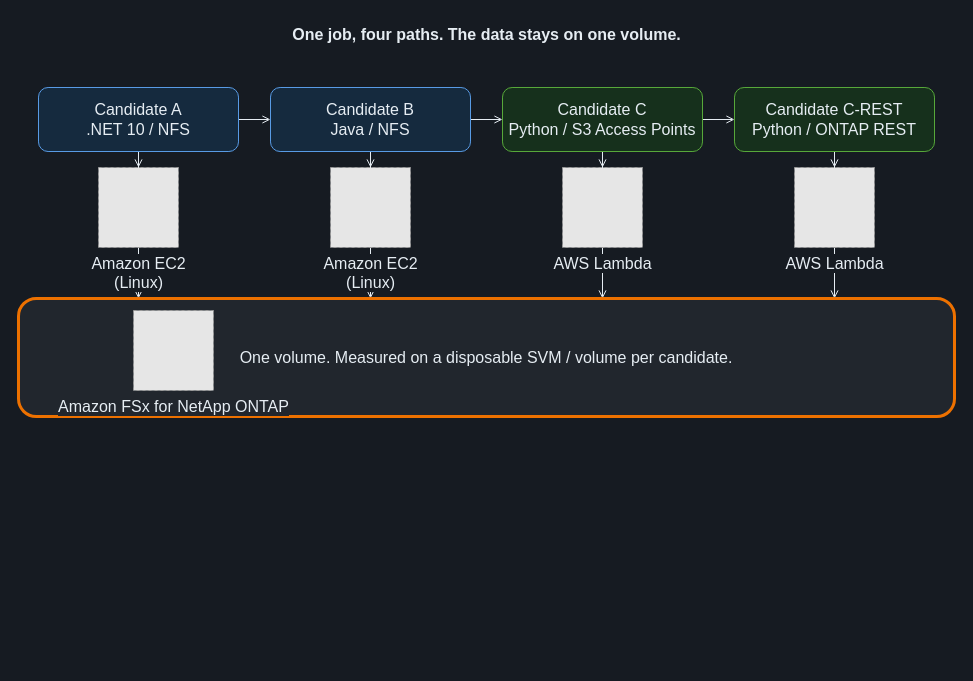
Earlier version of the draw.io diagram docs/_assets/diagrams/cover-appmod-runtime-en-dark.drawio (Yoshiki0705/FSx-for-ONTAP-App-Modernization-Patterns). Source tidied: cells renumbered, new cells numbered last; positions are measured from the earlier drawing's top-left corner, leaving out a move shared by most shapes. Both pictures are drawn from the tidied source at 100%, with x=0, y=0 at pixel (18, 17). Pictures stored in the file or linked from it are replaced by grey dashed boxes.
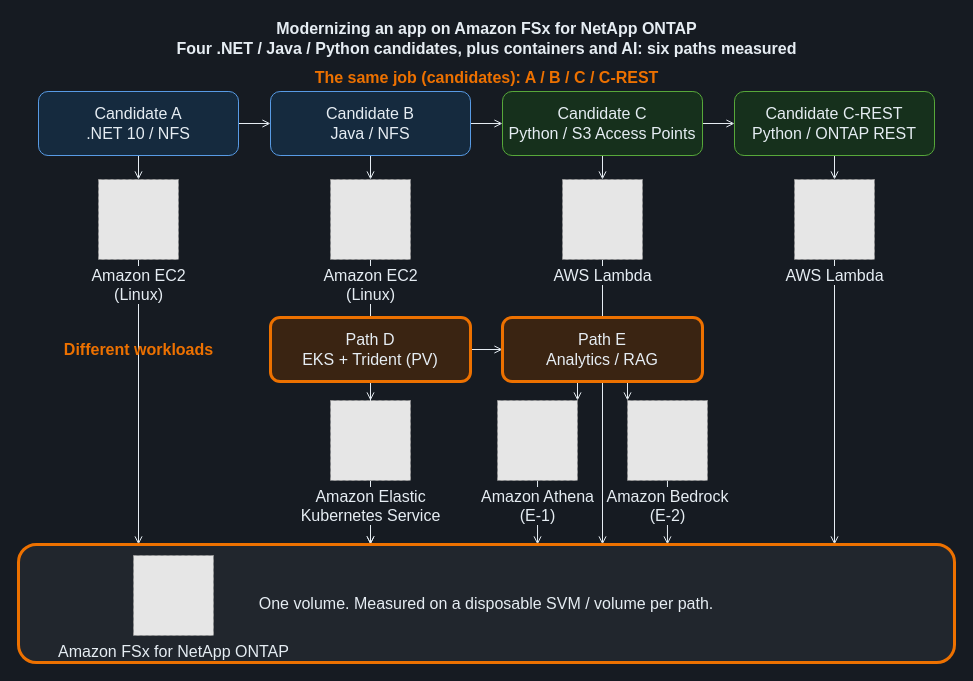
After the change.

What changed in the source:
```diff
@@
-    <mxCell id="2" value="One job, four paths. The data stays on one volume." style="text;html=1;align=center;verticalAlign=middle;fontSize=16;fontStyle=1;fontColor=#E6EDF3;" parent="1" vertex="1">
-      <mxGeometry width="936" height="34" as="geometry" />
+    <mxCell id="2" value="Modernizing an app on Amazon FSx for NetApp ONTAP&lt;br&gt;Four .NET / Java / Python candidates, plus containers and AI: six paths measured" style="text;html=1;align=center;verticalAlign=middle;fontSize=16;fontStyle=1;fontColor=#E6EDF3;" parent="1" vertex="1">
+      <mxGeometry y="4" width="936" height="34" as="geometry" />
     </mxCell>
@@
-    <mxCell id="10" style="edgeStyle=orthogonalEdgeStyle;rounded=0;jettySize=auto;html=1;endArrow=open;endFill=0;strokeColor=#E6EDF3;strokeWidth=1;fontSize=16;fontColor=#E6EDF3;labelBackgroundColor=#161B22;entryX=0.1282051282051282;entryY=0.0;entryDx=0;entryDy=0;" parent="1" edge="1" source="18" target="22">
+    <mxCell id="10" style="edgeStyle=orthogonalEdgeStyle;rounded=0;jettySize=auto;html=1;endArrow=open;endFill=0;strokeColor=#E6EDF3;strokeWidth=1;fontSize=16;fontColor=#E6EDF3;labelBackgroundColor=#161B22;" parent="1" edge="1" source="33" target="34">
       <mxGeometry relative="1" as="geometry" />
     </mxCell>
-    <mxCell id="11" style="edgeStyle=orthogonalEdgeStyle;rounded=0;jettySize=auto;html=1;endArrow=open;endFill=0;strokeColor=#E6EDF3;strokeWidth=1;fontSize=16;fontColor=#E6EDF3;labelBackgroundColor=#161B22;entryX=0.37606837606837606;entryY=0.0;entryDx=0;entryDy=0;" parent="1" edge="1" source="19" target="22">
+    <mxCell id="11" style="edgeStyle=orthogonalEdgeStyle;rounded=0;jettySize=auto;html=1;endArrow=open;endFill=0;strokeColor=#E6EDF3;strokeWidth=1;fontSize=16;fontColor=#E6EDF3;labelBackgroundColor=#161B22;" parent="1" edge="1" source="33" target="35">
       <mxGeometry relative="1" as="geometry" />
     </mxCell>
-    <mxCell id="12" style="edgeStyle=orthogonalEdgeStyle;rounded=0;jettySize=auto;html=1;endArrow=open;endFill=0;strokeColor=#E6EDF3;strokeWidth=1;fontSize=16;fontColor=#E6EDF3;labelBackgroundColor=#161B22;entryX=0.6239316239316239;entryY=0.0;entryDx=0;entryDy=0;" parent="1" edge="1" source="20" target="22">
+    <mxCell id="12" style="edgeStyle=orthogonalEdgeStyle;rounded=0;jettySize=auto;html=1;endArrow=open;endFill=0;strokeColor=#E6EDF3;strokeWidth=1;fontSize=16;fontColor=#E6EDF3;labelBackgroundColor=#161B22;exitX=0.4;exitY=1.0;exitDx=0;exitDy=0;entryX=1.0;entryY=0.0;entryDx=0;entryDy=0;" parent="1" edge="1" source="34" target="36">
       <mxGeometry relative="1" as="geometry" />
     </mxCell>
-    <mxCell id="13" style="edgeStyle=orthogonalEdgeStyle;rounded=0;jettySize=auto;html=1;endArrow=open;endFill=0;strokeColor=#E6EDF3;strokeWidth=1;fontSize=16;fontColor=#E6EDF3;labelBackgroundColor=#161B22;entryX=0.8717948717948718;entryY=0.0;entryDx=0;entryDy=0;" parent="1" edge="1" source="21" target="22">
+    <mxCell id="13" style="edgeStyle=orthogonalEdgeStyle;rounded=0;jettySize=auto;html=1;endArrow=open;endFill=0;strokeColor=#E6EDF3;strokeWidth=1;fontSize=16;fontColor=#E6EDF3;labelBackgroundColor=#161B22;exitX=0.6;exitY=1.0;exitDx=0;exitDy=0;entryX=0.0;entryY=0.0;entryDx=0;entryDy=0;" parent="1" edge="1" source="34" target="37">
       <mxGeometry relative="1" as="geometry" />
     </mxCell>
+    <mxCell id="24" style="edgeStyle=orthogonalEdgeStyle;rounded=0;jettySize=auto;html=1;endArrow=open;endFill=0;strokeColor=#E6EDF3;strokeWidth=1;fontSize=16;fontColor=#E6EDF3;labelBackgroundColor=#161B22;entryX=0.1282051282051282;entryY=0.0;entryDx=0;entryDy=0;" parent="1" edge="1" source="18" target="22">
+      <mxGeometry relative="1" as="geometry" />
+    </mxCell>
+    <mxCell id="25" style="edgeStyle=orthogonalEdgeStyle;rounded=0;jettySize=auto;html=1;endArrow=open;endFill=0;strokeColor=#E6EDF3;strokeWidth=1;fontSize=16;fontColor=#E6EDF3;labelBackgroundColor=#161B22;entryX=0.37606837606837606;entryY=0.0;entryDx=0;entryDy=0;" parent="1" edge="1" source="19" target="22">
+      <mxGeometry relative="1" as="geometry" />
+    </mxCell>
+    <mxCell id="26" style="edgeStyle=orthogonalEdgeStyle;rounded=0;jettySize=auto;html=1;endArrow=open;endFill=0;strokeColor=#E6EDF3;strokeWidth=1;fontSize=16;fontColor=#E6EDF3;labelBackgroundColor=#161B22;entryX=0.6239316239316239;entryY=0.0;entryDx=0;entryDy=0;" parent="1" edge="1" source="20" target="22">
+      <mxGeometry relative="1" as="geometry" />
+    </mxCell>
+    <mxCell id="27" style="edgeStyle=orthogonalEdgeStyle;rounded=0;jettySize=auto;html=1;endArrow=open;endFill=0;strokeColor=#E6EDF3;strokeWidth=1;fontSize=16;fontColor=#E6EDF3;labelBackgroundColor=#161B22;entryX=0.8717948717948718;entryY=0.0;entryDx=0;entryDy=0;" parent="1" edge="1" source="21" target="22">
+      <mxGeometry relative="1" as="geometry" />
+    </mxCell>
+    <mxCell id="28" style="edgeStyle=orthogonalEdgeStyle;rounded=0;jettySize=auto;html=1;endArrow=open;endFill=0;strokeColor=#E6EDF3;strokeWidth=1;fontSize=16;fontColor=#E6EDF3;labelBackgroundColor=#161B22;entryX=0.37606837606837606;entryY=0.0;entryDx=0;entryDy=0;" parent="1" edge="1" source="35" target="22">
+      <mxGeometry relative="1" as="geometry" />
+    </mxCell>
+    <mxCell id="29" style="edgeStyle=orthogonalEdgeStyle;rounded=0;jettySize=auto;html=1;endArrow=open;endFill=0;strokeColor=#E6EDF3;strokeWidth=1;fontSize=16;fontColor=#E6EDF3;labelBackgroundColor=#161B22;entryX=0.5545299145299145;entryY=0.0;entryDx=0;entryDy=0;" parent="1" edge="1" source="36" target="22">
+      <mxGeometry relative="1" as="geometry" />
+    </mxCell>
+    <mxCell id="30" style="edgeStyle=orthogonalEdgeStyle;rounded=0;jettySize=auto;html=1;endArrow=open;endFill=0;strokeColor=#E6EDF3;strokeWidth=1;fontSize=16;fontColor=#E6EDF3;labelBackgroundColor=#161B22;entryX=0.6933333333333332;entryY=0.0;entryDx=0;entryDy=0;" parent="1" edge="1" source="37" target="22">
+      <mxGeometry relative="1" as="geometry" />
+    </mxCell>
+    <mxCell id="31" value="The same job (candidates): A / B / C / C-REST" style="text;html=1;align=center;verticalAlign=middle;fontSize=16;fontStyle=1;fontColor=#ED7100;" parent="1" vertex="1">
+      <mxGeometry x="236" y="48" width="464" height="24" as="geometry" />
+    </mxCell>
+    <mxCell id="32" value="Different workloads" style="text;html=1;align=center;verticalAlign=middle;fontSize=16;fontStyle=1;fontColor=#ED7100;" parent="1" vertex="1">
+      <mxGeometry x="4" y="320" width="232" height="24" as="geometry" />
+    </mxCell>
     <mxCell id="14" value="Candidate A&lt;br&gt;.NET 10 / NFS" style="rounded=1;whiteSpace=wrap;html=1;dashed=0;strokeColor=#589BE5;fillColor=#152A3E;align=center;verticalAlign=middle;fontSize=16;fontColor=#E6EDF3;" parent="1" vertex="1">
-      <mxGeometry x="20" y="70" width="200" height="64" as="geometry" />
+      <mxGeometry x="20" y="74" width="200" height="64" as="geometry" />
     </mxCell>
     <mxCell id="15" value="Candidate B&lt;br&gt;Java / NFS" style="rounded=1;whiteSpace=wrap;html=1;dashed=0;strokeColor=#589BE5;fillColor=#152A3E;align=center;verticalAlign=middle;fontSize=16;fontColor=#E6EDF3;" parent="1" vertex="1">
-      <mxGeometry x="252" y="70" width="200" height="64" as="geometry" />
+      <mxGeometry x="252" y="74" width="200" height="64" as="geometry" />
     </mxCell>
     <mxCell id="16" value="Candidate C&lt;br&gt;Python / S3 Access Points" style="rounded=1;whiteSpace=wrap;html=1;dashed=0;strokeColor=#57A83A;fillColor=#16301C;align=center;verticalAlign=middle;fontSize=16;fontColor=#E6EDF3;" parent="1" vertex="1">
-      <mxGeometry x="484" y="70" width="200" height="64" as="geometry" />
+      <mxGeometry x="484" y="74" width="200" height="64" as="geometry" />
     </mxCell>
     <mxCell id="17" value="Candidate C-REST&lt;br&gt;Python / ONTAP REST" style="rounded=1;whiteSpace=wrap;html=1;dashed=0;strokeColor=#57A83A;fillColor=#16301C;align=center;verticalAlign=middle;fontSize=16;fontColor=#E6EDF3;" parent="1" vertex="1">
-      <mxGeometry x="716" y="70" width="200" height="64" as="geometry" />
+      <mxGeometry x="716" y="74" width="200" height="64" as="geometry" />
     </mxCell>
     <mxCell id="18" value="Amazon EC2&lt;br&gt;(Linux)" style="fillColor=#E6E6E6;strokeColor=#999999;dashed=1;html=1;verticalLabelPosition=bottom;verticalAlign=top;labelPosition=center;align=center;fontSize=16;fontColor=#E6EDF3;labelBackgroundColor=#161B22;" parent="1" vertex="1">
-      <mxGeometry x="80" y="150" width="80" height="80" as="geometry" />
+      <mxGeometry x="80" y="162" width="80" height="80" as="geometry" />
     </mxCell>
     <mxCell id="19" value="Amazon EC2&lt;br&gt;(Linux)" style="fillColor=#E6E6E6;strokeColor=#999999;dashed=1;html=1;verticalLabelPosition=bottom;verticalAlign=top;labelPosition=center;align=center;fontSize=16;fontColor=#E6EDF3;labelBackgroundColor=#161B22;" parent="1" vertex="1">
-      <mxGeometry x="312" y="150" width="80" height="80" as="geometry" />
+      <mxGeometry x="312" y="162" width="80" height="80" as="geometry" />
     </mxCell>
     <mxCell id="20" value="AWS Lambda" style="fillColor=#E6E6E6;strokeColor=#999999;dashed=1;html=1;verticalLabelPosition=bottom;verticalAlign=top;labelPosition=center;align=center;fontSize=16;fontColor=#E6EDF3;labelBackgroundColor=#161B22;" parent="1" vertex="1">
-      <mxGeometry x="544" y="150" width="80" height="80" as="geometry" />
+      <mxGeometry x="544" y="162" width="80" height="80" as="geometry" />
     </mxCell>
     <mxCell id="21" value="AWS Lambda" style="fillColor=#E6E6E6;strokeColor=#999999;dashed=1;html=1;verticalLabelPosition=bottom;verticalAlign=top;labelPosition=center;align=center;fontSize=16;fontColor=#E6EDF3;labelBackgroundColor=#161B22;" parent="1" vertex="1">
-      <mxGeometry x="776" y="150" width="80" height="80" as="geometry" />
+      <mxGeometry x="776" y="162" width="80" height="80" as="geometry" />
     </mxCell>
+    <mxCell id="33" value="Path D&lt;br&gt;EKS + Trident (PV)" style="rounded=1;whiteSpace=wrap;html=1;dashed=0;strokeColor=#ED7100;fillColor=#3A2412;align=center;verticalAlign=middle;fontSize=16;fontColor=#E6EDF3;strokeWidth=3;" parent="1" vertex="1">
+      <mxGeometry x="252" y="300" width="200" height="64" as="geometry" />
+    </mxCell>
+    <mxCell id="34" value="Path E&lt;br&gt;Analytics / RAG" style="rounded=1;whiteSpace=wrap;html=1;dashed=0;strokeColor=#ED7100;fillColor=#3A2412;align=center;verticalAlign=middle;fontSize=16;fontColor=#E6EDF3;strokeWidth=3;" parent="1" vertex="1">
+      <mxGeometry x="484" y="300" width="200" height="64" as="geometry" />
+    </mxCell>
+    <mxCell id="35" value="Amazon Elastic&lt;br&gt;Kubernetes Service" style="fillColor=#E6E6E6;strokeColor=#999999;dashed=1;html=1;verticalLabelPosition=bottom;verticalAlign=top;labelPosition=center;align=center;fontSize=16;fontColor=#E6EDF3;labelBackgroundColor=#161B22;" parent="1" vertex="1">
+      <mxGeometry x="312" y="383" width="80" height="80" as="geometry" />
+    </mxCell>
+    <mxCell id="36" value="Amazon Athena&lt;br&gt;(E-1)" style="fillColor=#E6E6E6;strokeColor=#999999;dashed=1;html=1;verticalLabelPosition=bottom;verticalAlign=top;labelPosition=center;align=center;fontSize=16;fontColor=#E6EDF3;labelBackgroundColor=#161B22;" parent="1" vertex="1">
+      <mxGeometry x="479" y="383" width="80" height="80" as="geometry" />
+    </mxCell>
+    <mxCell id="37" value="Amazon Bedrock&lt;br&gt;(E-2)" style="fillColor=#E6E6E6;strokeColor=#999999;dashed=1;html=1;verticalLabelPosition=bottom;verticalAlign=top;labelPosition=center;align=center;fontSize=16;fontColor=#E6EDF3;labelBackgroundColor=#161B22;" parent="1" vertex="1">
+      <mxGeometry x="609" y="383" width="80" height="80" as="geometry" />
+    </mxCell>
-    <mxCell id="22" value="One volume. Measured on a disposable SVM / volume per candidate." style="rounded=1;whiteSpace=wrap;html=1;dashed=0;strokeColor=#ED7100;fillColor=#21262D;align=center;verticalAlign=middle;fontSize=16;fontColor=#E6EDF3;strokeWidth=3;" parent="1" vertex="1">
-      <mxGeometry y="281" width="936" height="118" as="geometry" />
+    <mxCell id="22" value="One volume. Measured on a disposable SVM / volume per path." style="rounded=1;whiteSpace=wrap;html=1;dashed=0;strokeColor=#ED7100;fillColor=#21262D;align=center;verticalAlign=middle;fontSize=16;fontColor=#E6EDF3;strokeWidth=3;" parent="1" vertex="1">
+      <mxGeometry y="527" width="936" height="118" as="geometry" />
     </mxCell>
     <mxCell id="23" value="Amazon FSx for NetApp ONTAP" style="fillColor=#E6E6E6;strokeColor=#999999;dashed=1;html=1;verticalLabelPosition=bottom;verticalAlign=top;labelPosition=center;align=center;fontSize=16;fontColor=#E6EDF3;labelBackgroundColor=#21262D;" parent="1" vertex="1">
-      <mxGeometry x="115" y="293" width="80" height="80" as="geometry" />
+      <mxGeometry x="115" y="538" width="80" height="80" as="geometry" />
     </mxCell>
```
